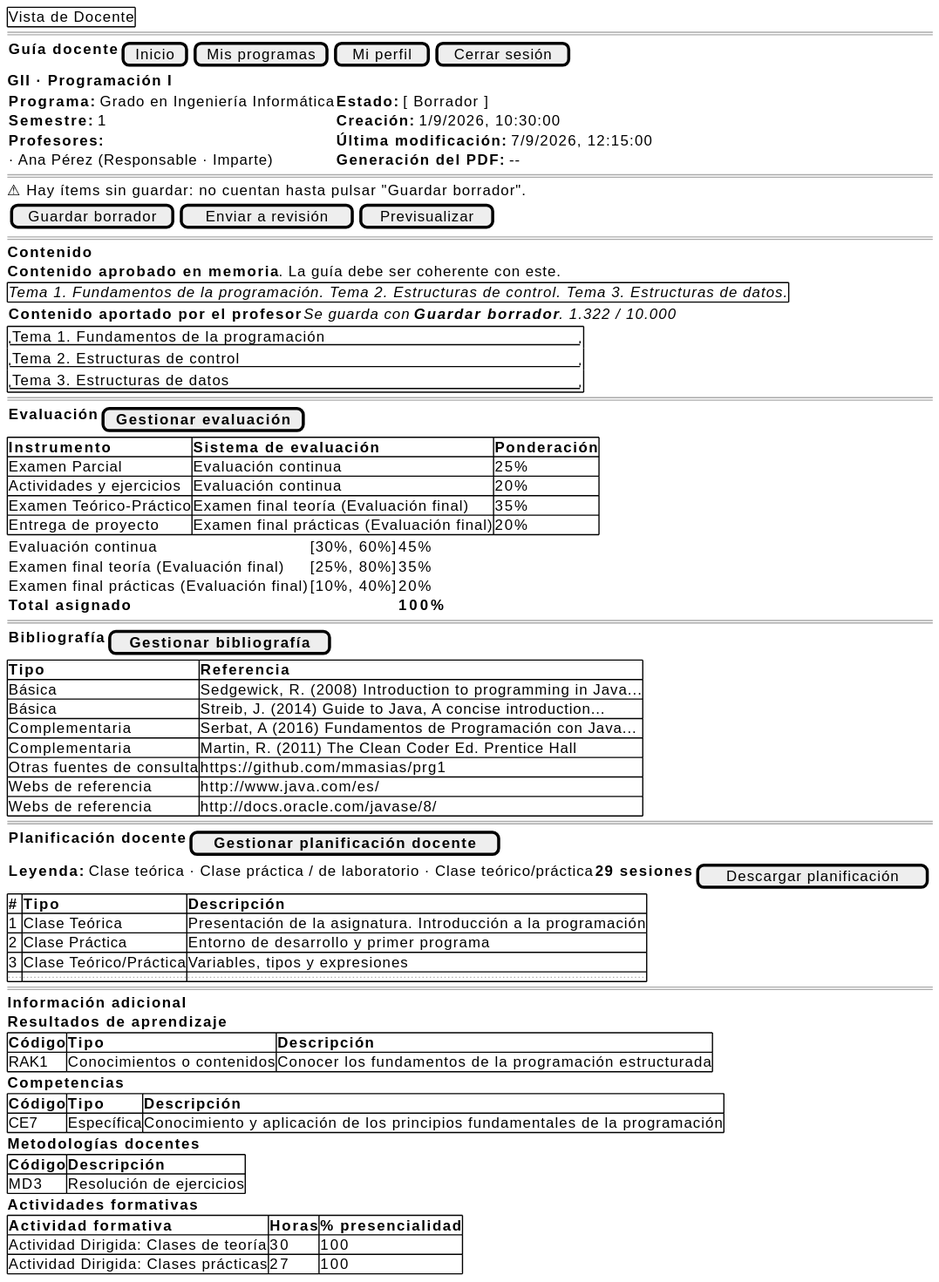
The PlantUML diagram images/RUP/01-requisitos/03-detalle-casos-uso/abrirGuia/wireframe-profesor.svg in mmasias/pyCeldaPublico, before a commit.
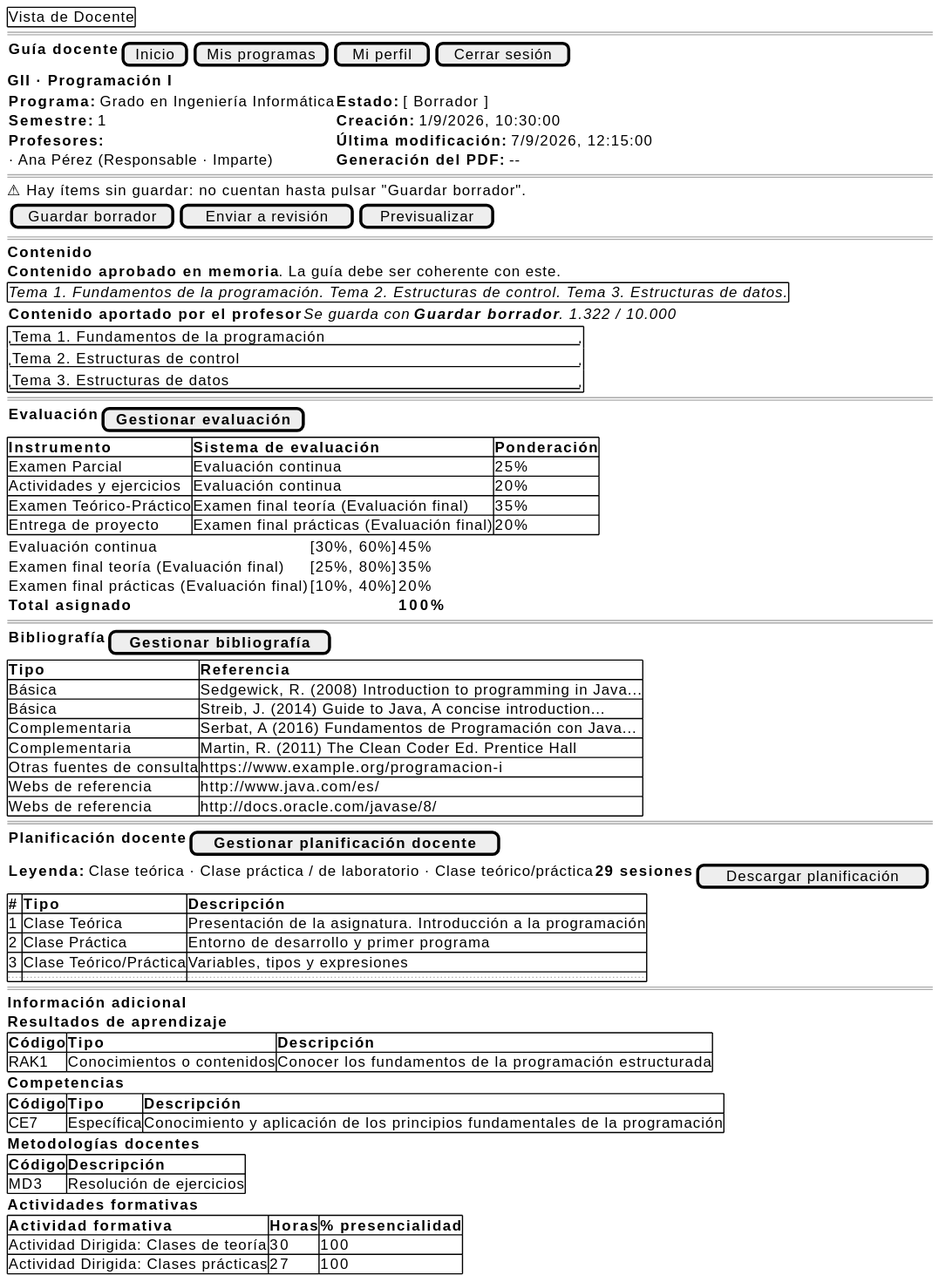
The same file after the commit.

What changed in the source:
```diff
@@ -48,7 +48,7 @@
         Básica | Streib, J. (2014) Guide to Java, A concise introduction...
         Complementaria | Serbat, A (2016) Fundamentos de Programación con Java...
         Complementaria | Martin, R. (2011) The Clean Coder Ed. Prentice Hall
-        Otras fuentes de consulta | https://github.com/mmasias/prg1
+        Otras fuentes de consulta | https://www.example.org/programacion-i
         Webs de referencia | http://www.java.com/es/
         Webs de referencia | http://docs.oracle.com/javase/8/
     }
```
